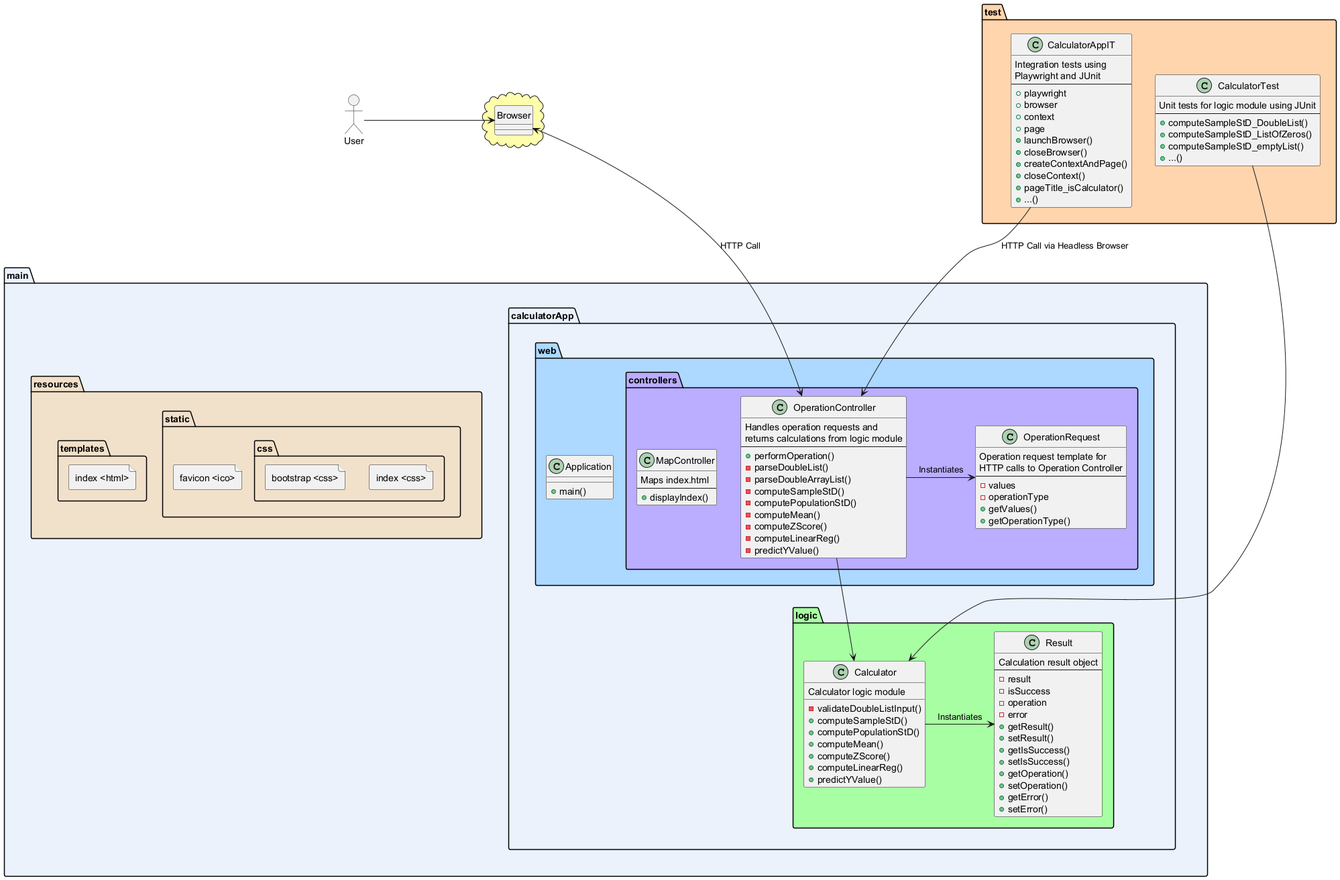
Before: assets/ClassDiagram.png, a diagram exported from PlantUML (wvwa25/SWE-3643-Fall2024-Project). The source it was exported from:
```plantuml
@startuml
allowmixing

package "main" #EBF2FC
{
    folder "resources" #F2E1CA {
        folder "static" {
            folder "css" {
                file "index <css>"
                file "bootstrap <css>"
            }
            file "favicon <ico>"
        }
        folder "templates" {
            file "index <html>"
        }
    }
}

package "main.calculatorApp.logic" #A8FFA3
{
    class Calculator {
        Calculator logic module
        - validateDoubleListInput()
        + computeSampleStD()
        + computePopulationStD()
        + computeMean()
        + computeZScore()
        + computeLinearReg()
        + predictYValue()
    }
    class Result {
        Calculation result object
        --
        - result
        - isSuccess
        - operation
        - error
        + getResult()
        + setResult()
        + getIsSuccess()
        + setIsSuccess()
        + getOperation()
        + setOperation()
        + getError()
        + setError()
    }
}

package "main.calculatorApp.web" #ADD8FF
{
    class Application {
        + main()
    }
}

package "main.calculatorApp.web.controllers" #BBADFF
{
    class MapController {
        Maps index.html
        --
        + displayIndex()
    }
    class OperationRequest {
        Operation request template for
        HTTP calls to Operation Controller
        --
        - values
        - operationType
        + getValues()
        + getOperationType()
    }
    class OperationController {
        Handles operation requests and
        returns calculations from logic module
        --
        + performOperation()
        - parseDoubleList()
        - parseDoubleArrayList()
        - computeSampleStD()
        - computePopulationStD()
        - computeMean()
        - computeZScore()
        - computeLinearReg()
        - predictYValue()
    }
}

package "test" #FFD5AD
{
  class CalculatorTest {
    Unit tests for logic module using JUnit
    --
    + computeSampleStD_DoubleList()
    + computeSampleStD_ListOfZeros()
    + computeSampleStD_emptyList()
    + ...()
  }
  class CalculatorAppIT {
    Integration tests using
    Playwright and JUnit
    --
    + playwright
    + browser
    + context
    + page
    + launchBrowser()
    + closeBrowser()
    + createContextAndPage()
    + closeContext()
    + pageTitle_isCalculator()
    + ...()
  }
}


cloud #FFFEAC {
  hide circle
  class Browser
}

actor User

Calculator -> Result : Instantiates
OperationController -> OperationRequest : Instantiates
OperationController --> Calculator
CalculatorAppIT --> OperationController : HTTP Call via Headless Browser
CalculatorTest --> Calculator

Browser <--> OperationController : HTTP Call
User -> Browser

User -[hidden]-> resources
Browser -[hidden]-> calculatorApp
test -[hidden]-> main

@enduml
```
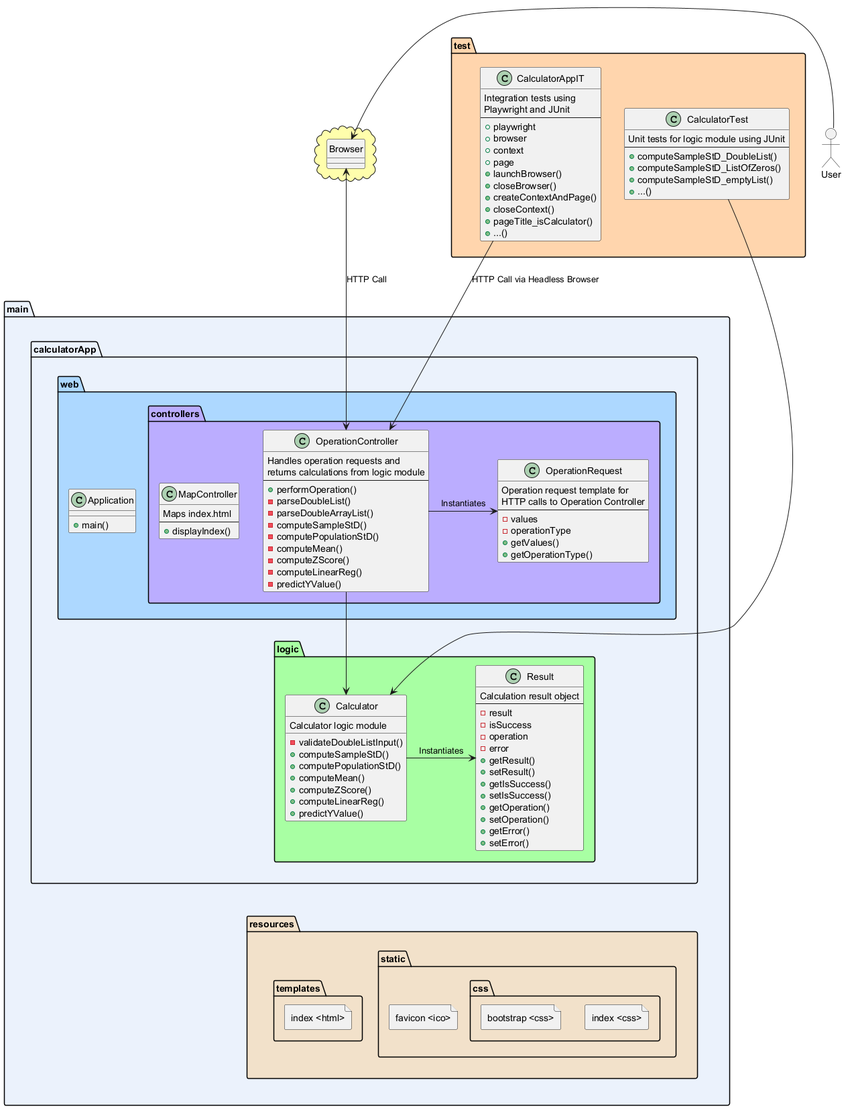
The same file after the commit.

What changed in the source:
```diff
@@ -130,8 +130,8 @@
 Browser <--> OperationController : HTTP Call
 User -> Browser
 
-User -[hidden]-> resources
 Browser -[hidden]-> calculatorApp
 test -[hidden]-> main
+Calculator -[hidden]-> resources
 
 @enduml
```
